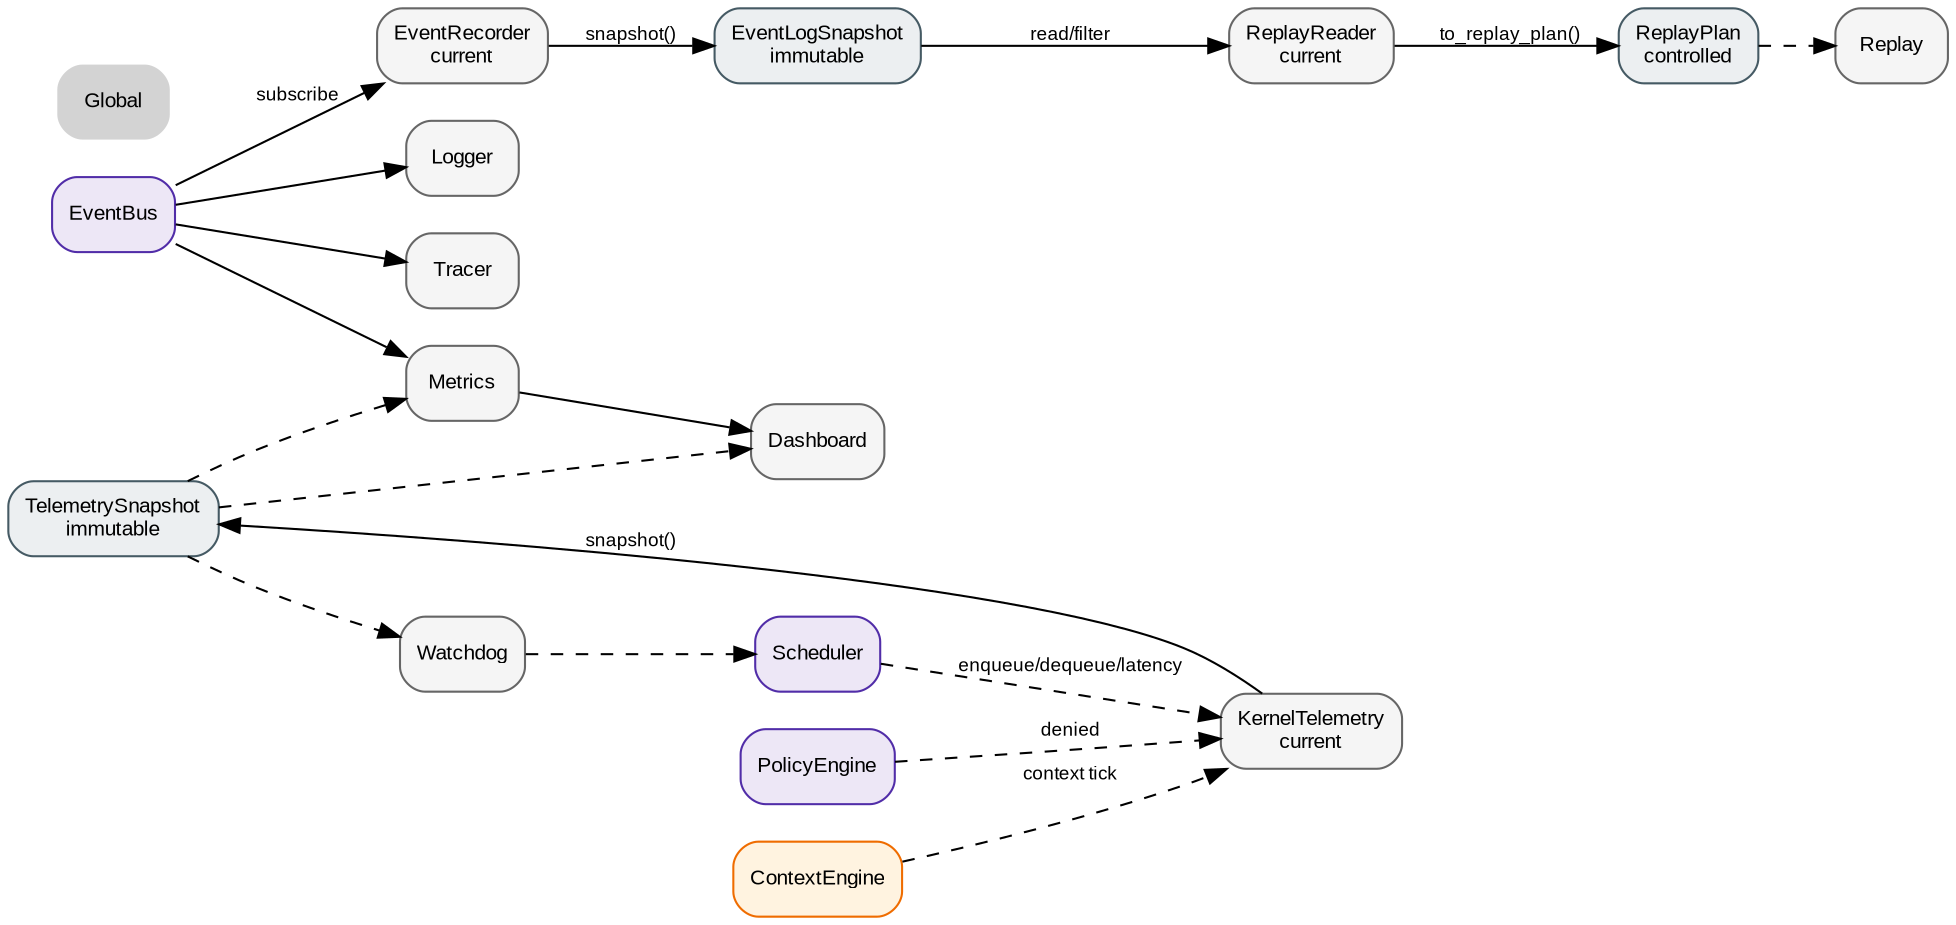
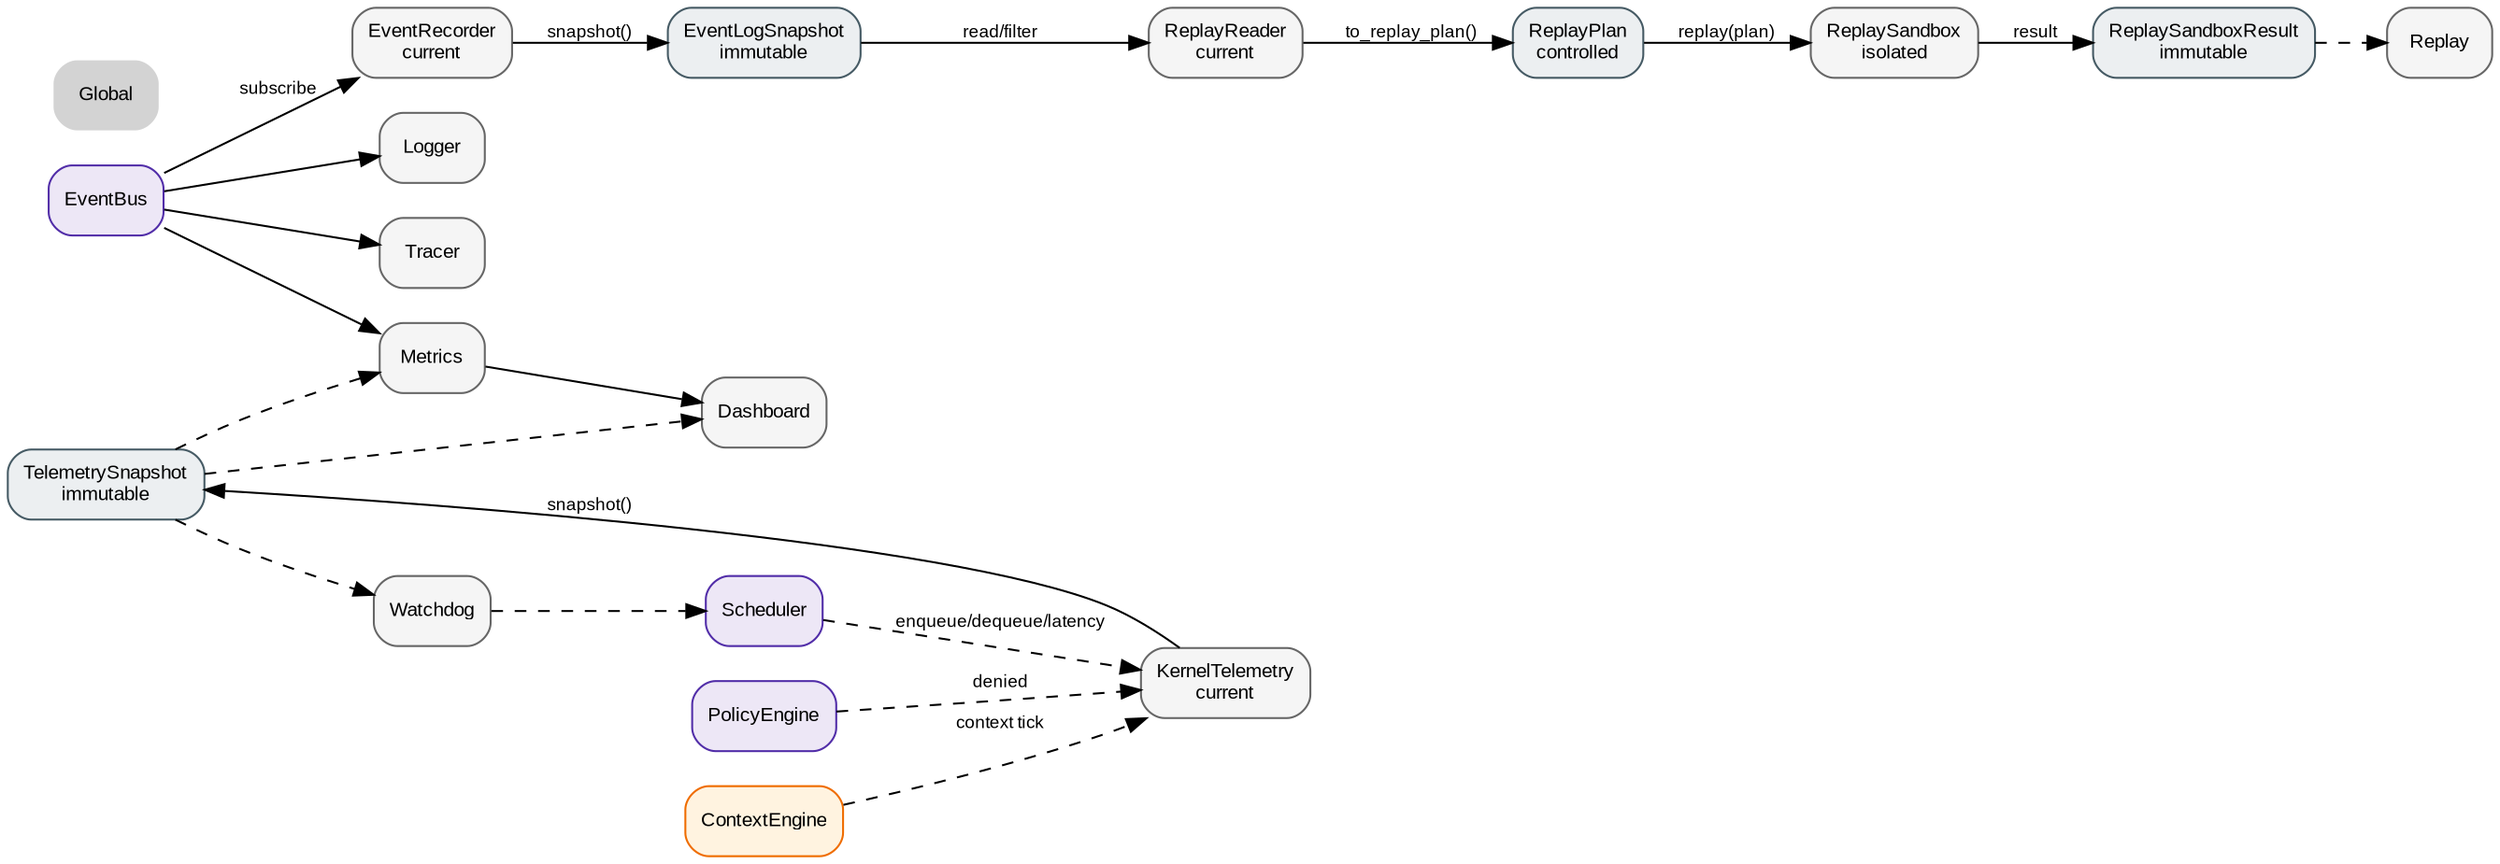
digraph Observability {
    rankdir=LR;
    node [shape=box, style="rounded,filled", fontname="Arial", fontsize=10];
    edge [fontname="Arial", fontsize=9];

-     // ROADMAP_NOTE[phase1_9]:
-     // KernelTelemetry mesure les invariants kernel.
-     // EventRecorder observe l'EventBus et produit un EventLogSnapshot.
-     // ReplayReader lit/filtre ce snapshot et produit un ReplayPlan contrôlé.
-     // Recorder et reader restent passifs : aucune commande, aucune publication métier.
+     // ROADMAP_NOTE[phase2_0]:
+     // ReplaySandbox consomme ReplayPlan dans une simulation isolée.
+     // Il ne connaît pas le Scheduler et ne publie aucun événement.
+     // SHUTDOWN est refusé par défaut pour éviter une confusion avec le kernel vivant.
+     // Recorder, reader et sandbox restent hors chemin de commande.

    EventBus [fillcolor="#ede7f6", color="#512da8", URL="../scheduler/10_scheduler.svg"];
    Scheduler [fillcolor="#ede7f6", color="#512da8", URL="../scheduler/10_scheduler.svg"];
    PolicyEngine [fillcolor="#ede7f6", color="#512da8", URL="../scheduler/10_scheduler.svg"];
    ContextEngine [fillcolor="#fff3e0", color="#ef6c00", URL="../context/20_context.svg"];
    KernelTelemetry [label="KernelTelemetry
current", fillcolor="#f5f5f5", color="#666666"];
    EventRecorder [label="EventRecorder
current", fillcolor="#f5f5f5", color="#666666"];
    EventLog [label="EventLogSnapshot
immutable", fillcolor="#eceff1", color="#455a64"];
    ReplayReader [label="ReplayReader
current", fillcolor="#f5f5f5", color="#666666"];
    ReplayPlan [label="ReplayPlan
controlled", fillcolor="#eceff1", color="#455a64"];
+     ReplaySandbox [label="ReplaySandbox
+ isolated", fillcolor="#f5f5f5", color="#666666"];
+     ReplaySandboxResult [label="ReplaySandboxResult
+ immutable", fillcolor="#eceff1", color="#455a64"];
    Snapshot [label="TelemetrySnapshot
immutable", fillcolor="#eceff1", color="#455a64"];
    Logger [fillcolor="#f5f5f5", color="#666666"];
    Metrics [fillcolor="#f5f5f5", color="#666666"];
    Replay [fillcolor="#f5f5f5", color="#666666"];
    Dashboard [fillcolor="#f5f5f5", color="#666666"];
    Watchdog [fillcolor="#f5f5f5", color="#666666"];
    Tracer [fillcolor="#f5f5f5", color="#666666"];

    Scheduler -> KernelTelemetry [style=dashed, label="enqueue/dequeue/latency"];
    PolicyEngine -> KernelTelemetry [style=dashed, label="denied"];
    ContextEngine -> KernelTelemetry [style=dashed, label="context tick"];
    KernelTelemetry -> Snapshot [label="snapshot()"];
    Snapshot -> Metrics [style=dashed];
    Snapshot -> Dashboard [style=dashed];
    Snapshot -> Watchdog [style=dashed];

    EventBus -> Logger;
    EventBus -> Metrics;
    EventBus -> EventRecorder [label="subscribe"];
    EventRecorder -> EventLog [label="snapshot()"];
    EventLog -> ReplayReader [label="read/filter"];
    ReplayReader -> ReplayPlan [label="to_replay_plan()"];
-     ReplayPlan -> Replay [style=dashed];
+     ReplayPlan -> ReplaySandbox [label="replay(plan)"];
+     ReplaySandbox -> ReplaySandboxResult [label="result"];
+     ReplaySandboxResult -> Replay [style=dashed];
    Metrics -> Dashboard;
    EventBus -> Tracer;
    Watchdog -> Scheduler [style=dashed];

    Nav_Global [label="Global", shape=plaintext, URL="../00_global.svg"];
}
